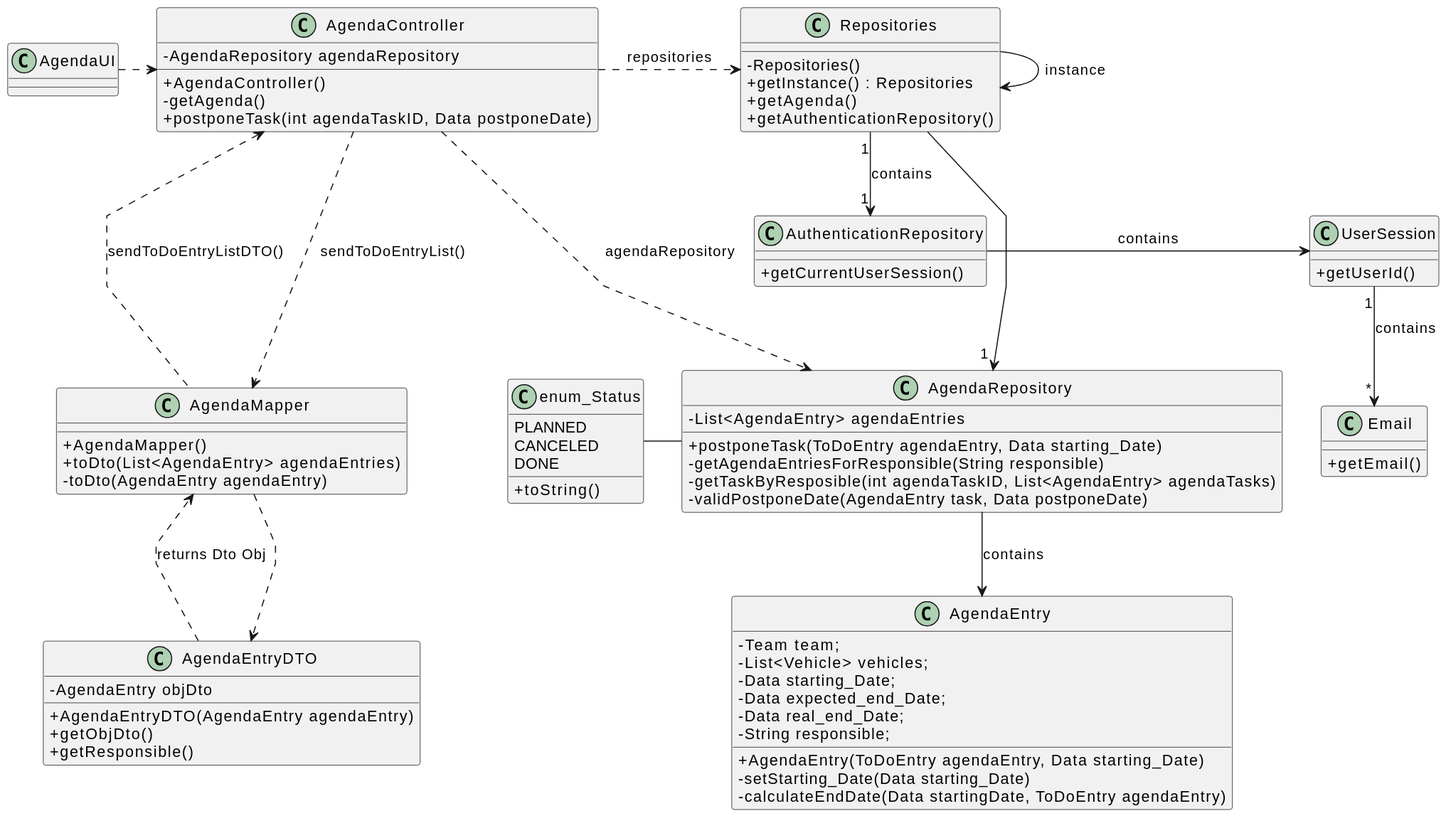
The PlantUML diagram docs/sprintC/us024/03.design/svg/us024-class-diagram.svg in SAEmanuel/Green_Spaces_Management_ISEP, before a commit.
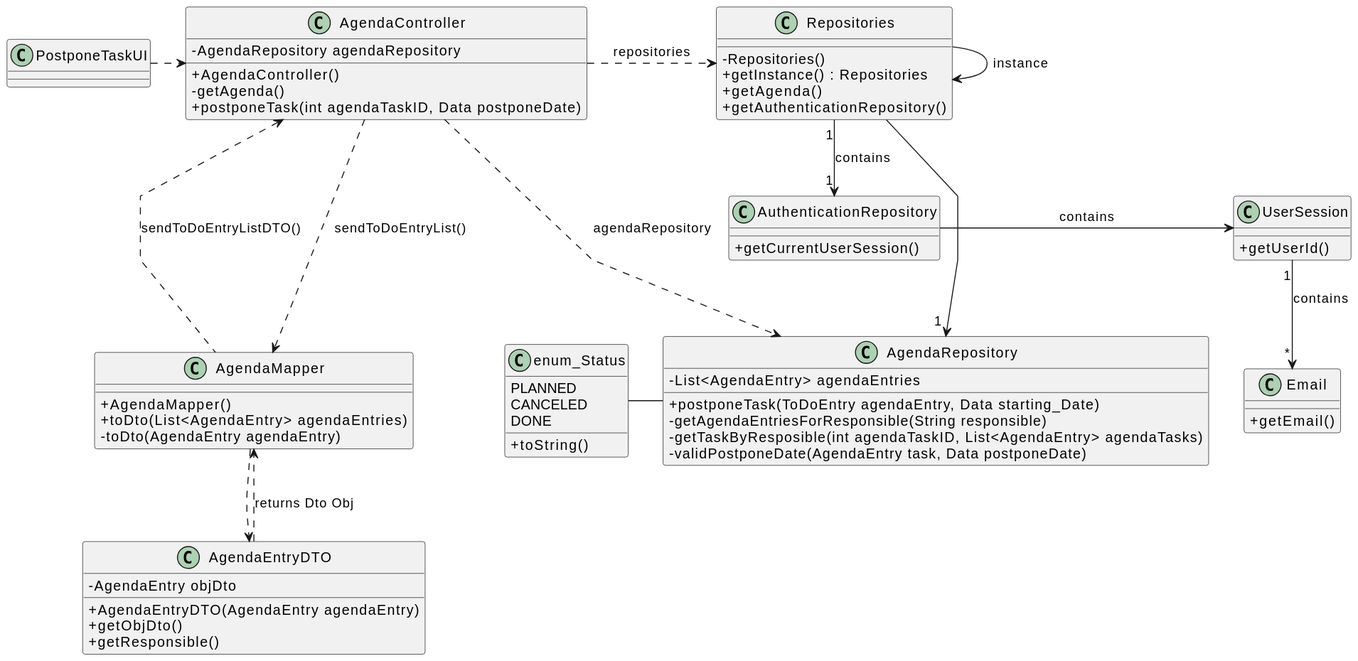
After the change.

What changed in the source:
```diff
@@ -4,7 +4,7 @@
 skinparam linetype polyline
 skinparam classAttributeIconSize 0
 
-class AgendaUI {
+class PostponeTaskUI {
 }
 
 
@@ -61,17 +61,7 @@
 }
 
 
-class AgendaEntry {
-     -Team team;
-     -List<Vehicle> vehicles;
-     -Data starting_Date;
-     -Data expected_end_Date;
-     -Data real_end_Date;
-     -String responsible;
-     + AgendaEntry(ToDoEntry agendaEntry, Data starting_Date)
-     - setStarting_Date(Data starting_Date)
-     - calculateEndDate(Data startingDate, ToDoEntry agendaEntry)
-}
+
 
 class enum_Status {
     PLANNED
@@ -84,7 +74,7 @@
 
 
 
-AgendaUI .> AgendaController
+PostponeTaskUI .> AgendaController
 AgendaController ..> AgendaMapper : sendToDoEntryList()
 AgendaController <... AgendaMapper : sendToDoEntryListDTO()
 AgendaMapper ..> AgendaEntryDTO
@@ -95,7 +85,6 @@
 Repositories  --> "1 " AgendaRepository
 Repositories -> Repositories : instance
 AgendaController ...>  AgendaRepository : agendaRepository
-AgendaRepository --> AgendaEntry : contains
 AgendaEntryDTO ..> AgendaMapper : returns Dto Obj
 enum_Status - AgendaRepository
 @enduml
```
